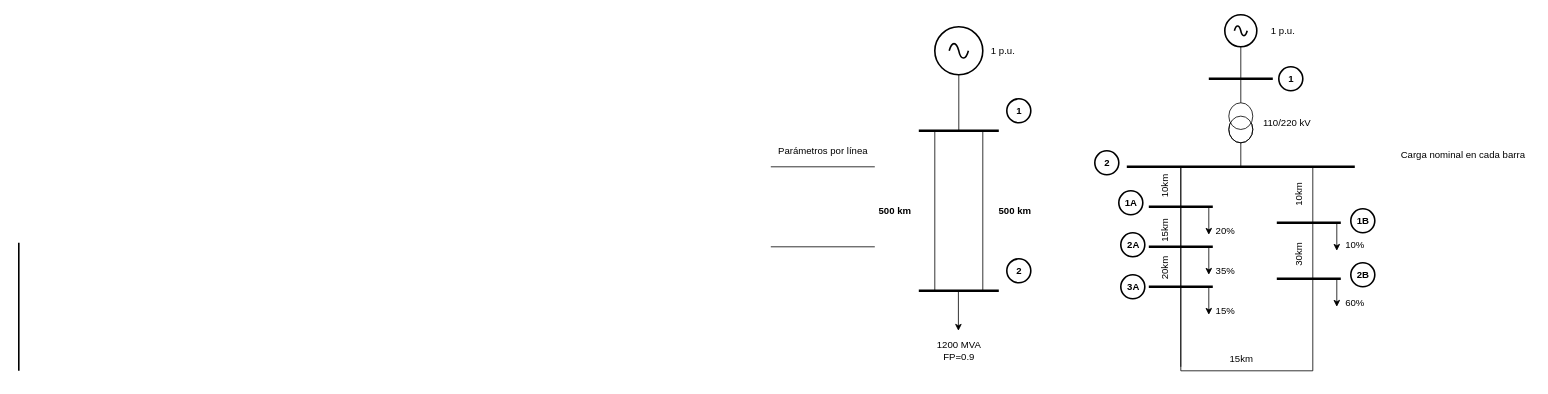
The draw.io diagram Diagrama sin título.drawio in ALANRODRIGUEZA/G4A_SEP1-A_S12024, before the edit. Source tidied: cells renumbered, new cells numbered last; positions are measured from the earlier drawing's top-left corner, leaving out a move shared by most shapes. Both pictures are drawn from the tidied source at 80%, with x=0, y=0 at pixel (14, 14).
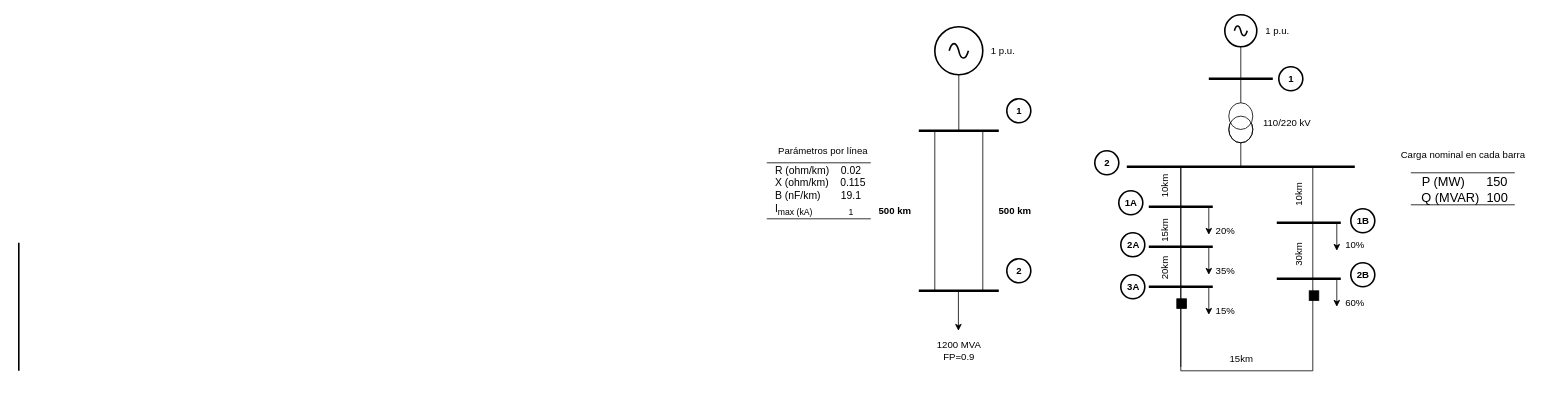
The same page after the edit.

What changed in the source:
```diff
@@
-    <mxCell id="67" style="verticalLabelPosition=bottom;shadow=0;dashed=0;align=center;html=1;verticalAlign=top;shape=mxgraph.electrical.transmission.2_line_bus;fontSize=11;fontColor=#CCCCCC;labelBorderColor=#CCCCCC;whiteSpace=wrap;" parent="1" vertex="1">
-      <mxGeometry x="945" y="190" width="130" height="100" as="geometry" />
-    </mxCell>
     <mxCell id="68" value="1 p.u." style="text;html=1;align=center;verticalAlign=middle;strokeColor=none;fillColor=none;" parent="1" vertex="1">
-      <mxGeometry x="1560" y="5" width="50" height="30" as="geometry" />
+      <mxGeometry x="1552.5" y="5" width="50" height="30" as="geometry" />
     </mxCell>
+    <mxCell id="69" style="whiteSpace=wrap;html=1;labelBackgroundColor=default;fillColor=#000000;" parent="1" vertex="1">
+      <mxGeometry x="1452.5" y="355" width="12" height="12" as="geometry" />
+    </mxCell>
+    <mxCell id="70" style="whiteSpace=wrap;html=1;labelBackgroundColor=default;fillColor=#000000;" parent="1" vertex="1">
+      <mxGeometry x="1618" y="345" width="12" height="12" as="geometry" />
+    </mxCell>
+    <mxCell id="71" value="&lt;span style=&quot;font-size: 16px;&quot;&gt;&amp;nbsp;P (MW)&amp;nbsp; &amp;nbsp; &amp;nbsp; 150&lt;/span&gt;&lt;div&gt;&lt;span style=&quot;font-size: 16px;&quot;&gt;&amp;nbsp;Q (MVAR)&amp;nbsp; 100&lt;/span&gt;&lt;/div&gt;" style="text;html=1;align=center;verticalAlign=middle;strokeColor=none;fillColor=none;" parent="1" vertex="1">
+      <mxGeometry x="1740" y="192.5" width="140" height="50" as="geometry" />
+    </mxCell>
+    <mxCell id="72" value="&lt;div style=&quot;&quot;&gt;&lt;span style=&quot;font-size: 13px; background-color: initial;&quot;&gt;&amp;nbsp;R (ohm/km)&amp;nbsp; &amp;nbsp; 0.02&lt;/span&gt;&lt;/div&gt;&lt;div style=&quot;&quot;&gt;&lt;font style=&quot;font-size: 13px;&quot;&gt;&amp;nbsp;X (ohm/km)&amp;nbsp; &amp;nbsp; 0.115&lt;/font&gt;&lt;/div&gt;&lt;div style=&quot;&quot;&gt;&lt;font style=&quot;font-size: 13px;&quot;&gt;&amp;nbsp;B (nF/km)&amp;nbsp; &amp;nbsp; &amp;nbsp; &amp;nbsp;19.1&lt;/font&gt;&lt;/div&gt;&lt;div style=&quot;&quot;&gt;&lt;font style=&quot;font-size: 13px;&quot;&gt;&amp;nbsp;I&lt;sub&gt;max (kA)&amp;nbsp; &amp;nbsp; &amp;nbsp; &amp;nbsp; &amp;nbsp; &amp;nbsp; &amp;nbsp; &amp;nbsp;1&lt;/sub&gt;&amp;nbsp;&lt;/font&gt;&lt;/div&gt;" style="text;html=1;align=left;verticalAlign=middle;strokeColor=none;fillColor=none;" parent="1" vertex="1">
+      <mxGeometry x="945" y="180" width="140" height="80" as="geometry" />
+    </mxCell>
+    <mxCell id="73" style="verticalLabelPosition=bottom;shadow=0;dashed=0;align=center;html=1;verticalAlign=top;shape=mxgraph.electrical.transmission.2_line_bus;" parent="1" vertex="1">
+      <mxGeometry x="940" y="185" width="130" height="70" as="geometry" />
+    </mxCell>
+    <mxCell id="74" style="verticalLabelPosition=bottom;shadow=0;dashed=0;align=center;html=1;verticalAlign=top;shape=mxgraph.electrical.transmission.2_line_bus;" parent="1" vertex="1">
+      <mxGeometry x="1745" y="197.5" width="130" height="40" as="geometry" />
+    </mxCell>
```
